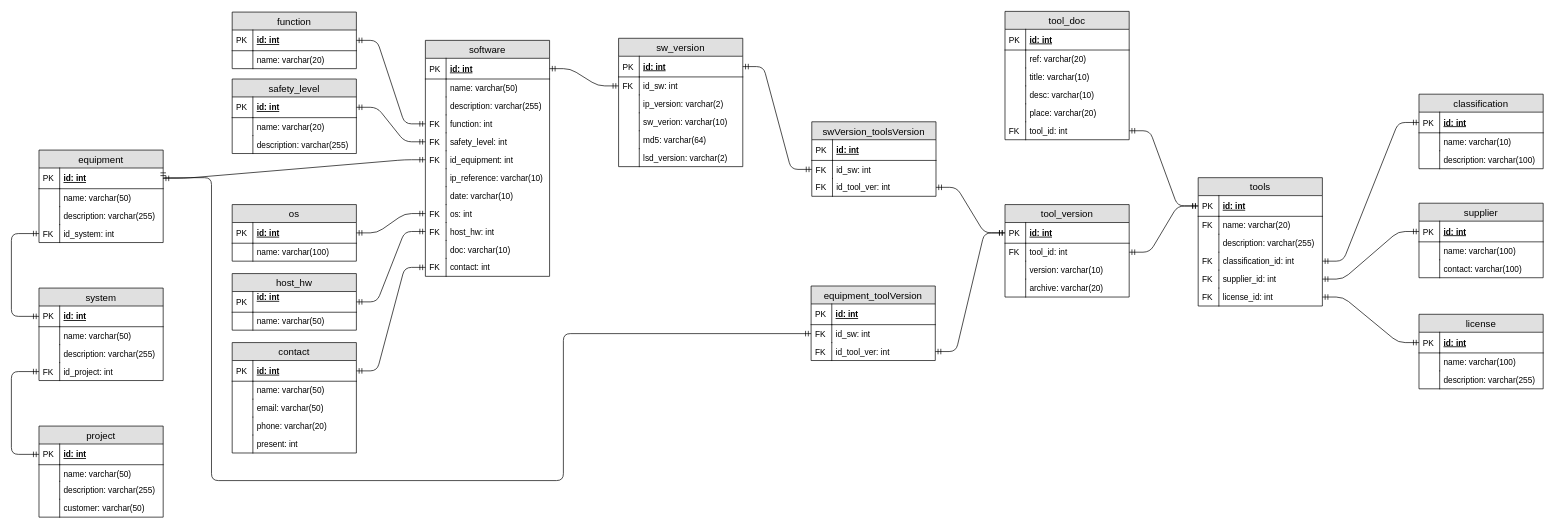
The draw.io diagram page "DB" (1 of 9) of toolsDB.drawio in behej/toolsDB, before the edit. Source tidied: cells renumbered, new cells numbered last; positions are measured from the earlier drawing's top-left corner, leaving out a move shared by most shapes. Both pictures are drawn from the tidied source at 69%, with x=0, y=0 at pixel (11, 11).
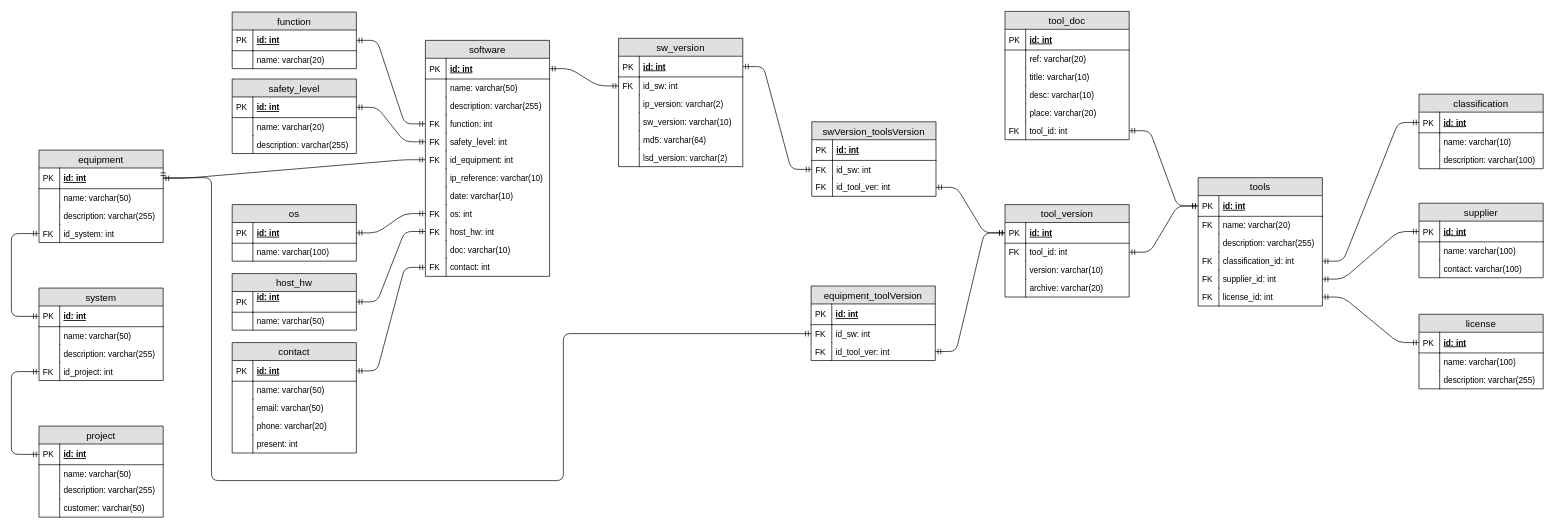
Above is the later version.

Unchanged cells that the change refers to:
```xml
<mxCell id="94" value="sw_version" style="swimlane;fontStyle=0;horizontal=1;startSize=26;fillColor=#e0e0e0;swimlaneFillColor=#ffffff;align=center;fontSize=14;" parent="1" vertex="1">
  <mxGeometry x="880" y="39" width="180" height="186" as="geometry" />
</mxCell>
```

What changed in the source:
```diff
@@
-    <mxCell id="101" value="sw_verion: varchar(10)" style="shape=partialRectangle;top=0;left=0;right=0;bottom=0;align=left;verticalAlign=top;fillColor=none;spacingLeft=34;spacingRight=4;overflow=hidden;fontSize=12;" parent="94" vertex="1">
+    <mxCell id="101" value="sw_version: varchar(10)" style="shape=partialRectangle;top=0;left=0;right=0;bottom=0;align=left;verticalAlign=top;fillColor=none;spacingLeft=34;spacingRight=4;overflow=hidden;fontSize=12;" parent="94" vertex="1">
       <mxGeometry y="108" width="180" height="26" as="geometry" />
     </mxCell>
```
